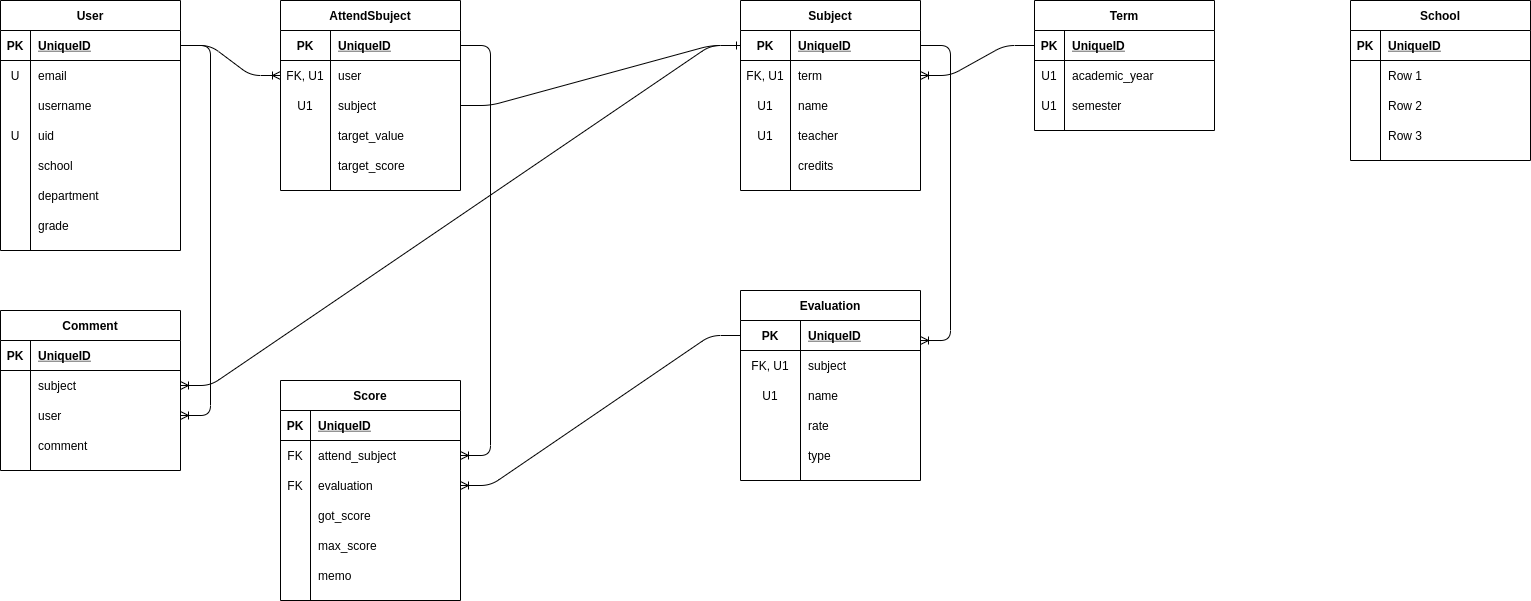
Above: references/er.png in kathmandu777/Barifac (draw.io), before the change. Source tidied: cells renumbered, new cells last; positions are measured from the earlier drawing's top-left corner, leaving out a move shared by most shapes.
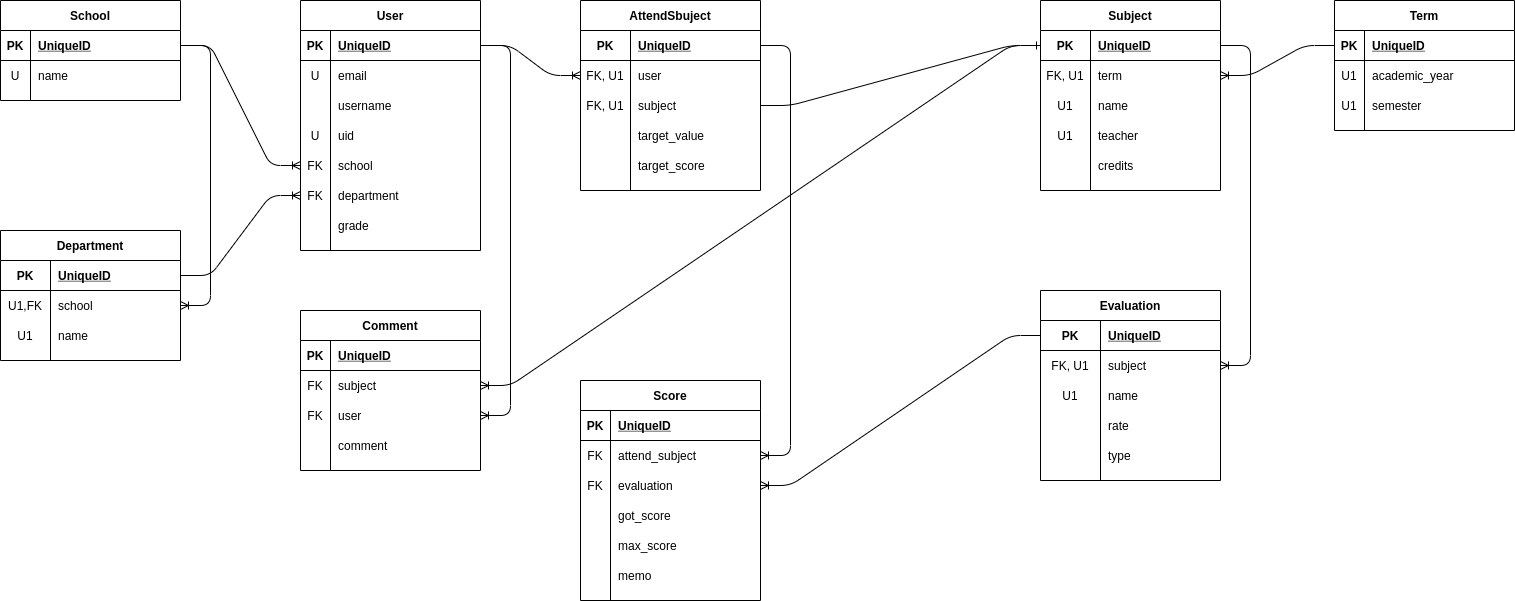
The same file after the commit.

What changed in the source:
```diff
@@ -125,7 +125,7 @@
     <mxCell id="42" style="shape=partialRectangle;fillColor=none;top=0;left=0;bottom=0;right=0;points=[[0,0.5],[1,0.5]];portConstraint=eastwest;" parent="29" vertex="1">
       <mxGeometry y="150" width="180" height="30" as="geometry" />
     </mxCell>
-    <mxCell id="43" style="shape=partialRectangle;fillColor=none;top=0;left=0;bottom=0;right=0;overflow=hidden;" parent="42" vertex="1">
+    <mxCell id="43" value="FK" style="shape=partialRectangle;fillColor=none;top=0;left=0;bottom=0;right=0;overflow=hidden;" parent="42" vertex="1">
       <mxGeometry width="30" height="30" as="geometry" />
     </mxCell>
     <mxCell id="44" value="school" style="shape=partialRectangle;fillColor=none;top=0;left=0;bottom=0;right=0;align=left;spacingLeft=6;overflow=hidden;" parent="42" vertex="1">
@@ -134,7 +134,7 @@
     <mxCell id="45" style="shape=partialRectangle;fillColor=none;top=0;left=0;bottom=0;right=0;points=[[0,0.5],[1,0.5]];portConstraint=eastwest;" parent="29" vertex="1">
       <mxGeometry y="180" width="180" height="30" as="geometry" />
     </mxCell>
-    <mxCell id="46" style="shape=partialRectangle;fillColor=none;top=0;left=0;bottom=0;right=0;overflow=hidden;" parent="45" vertex="1">
+    <mxCell id="46" value="FK" style="shape=partialRectangle;fillColor=none;top=0;left=0;bottom=0;right=0;overflow=hidden;" parent="45" vertex="1">
       <mxGeometry width="30" height="30" as="geometry" />
     </mxCell>
     <mxCell id="47" value="department" style="shape=partialRectangle;fillColor=none;top=0;left=0;bottom=0;right=0;align=left;spacingLeft=6;overflow=hidden;" parent="45" vertex="1">
@@ -149,45 +149,6 @@
     <mxCell id="50" value="grade" style="shape=partialRectangle;fillColor=none;top=0;left=0;bottom=0;right=0;align=left;spacingLeft=6;overflow=hidden;" parent="48" vertex="1">
       <mxGeometry x="30" width="150" height="30" as="geometry" />
     </mxCell>
-    <mxCell id="51" value="School" style="shape=table;startSize=30;rowLines=0;fontStyle=1;align=center;" parent="1" vertex="1">
-      <mxGeometry x="1350" width="180" height="160" as="geometry" />
-    </mxCell>
-    <mxCell id="52" style="shape=partialRectangle;fillColor=none;top=0;left=0;bottom=1;right=0;" parent="51" vertex="1">
-      <mxGeometry y="30" width="180" height="30" as="geometry" />
-    </mxCell>
-    <mxCell id="53" value="PK" style="shape=partialRectangle;fillColor=none;top=0;left=0;bottom=0;right=0;fontStyle=1;overflow=hidden;" parent="52" vertex="1">
-      <mxGeometry width="30" height="30" as="geometry" />
-    </mxCell>
-    <mxCell id="54" value="UniqueID" style="shape=partialRectangle;fillColor=none;top=0;left=0;bottom=0;right=0;align=left;spacingLeft=6;fontStyle=5;overflow=hidden;" parent="52" vertex="1">
-      <mxGeometry x="30" width="150" height="30" as="geometry" />
-    </mxCell>
-    <mxCell id="55" style="shape=partialRectangle;fillColor=none;top=0;left=0;bottom=0;right=0;" parent="51" vertex="1">
-      <mxGeometry y="60" width="180" height="30" as="geometry" />
-    </mxCell>
-    <mxCell id="56" style="shape=partialRectangle;fillColor=none;top=0;left=0;bottom=0;right=0;overflow=hidden;" parent="55" vertex="1">
-      <mxGeometry width="30" height="30" as="geometry" />
-    </mxCell>
-    <mxCell id="57" value="Row 1" style="shape=partialRectangle;fillColor=none;top=0;left=0;bottom=0;right=0;align=left;spacingLeft=6;overflow=hidden;" parent="55" vertex="1">
-      <mxGeometry x="30" width="150" height="30" as="geometry" />
-    </mxCell>
-    <mxCell id="58" style="shape=partialRectangle;fillColor=none;top=0;left=0;bottom=0;right=0;" parent="51" vertex="1">
-      <mxGeometry y="90" width="180" height="30" as="geometry" />
-    </mxCell>
-    <mxCell id="59" style="shape=partialRectangle;fillColor=none;top=0;left=0;bottom=0;right=0;overflow=hidden;" parent="58" vertex="1">
-      <mxGeometry width="30" height="30" as="geometry" />
-    </mxCell>
-    <mxCell id="60" value="Row 2" style="shape=partialRectangle;fillColor=none;top=0;left=0;bottom=0;right=0;align=left;spacingLeft=6;overflow=hidden;" parent="58" vertex="1">
-      <mxGeometry x="30" width="150" height="30" as="geometry" />
-    </mxCell>
-    <mxCell id="61" style="shape=partialRectangle;fillColor=none;top=0;left=0;bottom=0;right=0;" parent="51" vertex="1">
-      <mxGeometry y="120" width="180" height="30" as="geometry" />
-    </mxCell>
-    <mxCell id="62" style="shape=partialRectangle;fillColor=none;top=0;left=0;bottom=0;right=0;overflow=hidden;" parent="61" vertex="1">
-      <mxGeometry width="30" height="30" as="geometry" />
-    </mxCell>
-    <mxCell id="63" value="Row 3" style="shape=partialRectangle;fillColor=none;top=0;left=0;bottom=0;right=0;align=left;spacingLeft=6;overflow=hidden;" parent="61" vertex="1">
-      <mxGeometry x="30" width="150" height="30" as="geometry" />
-    </mxCell>
     <mxCell id="64" style="edgeStyle=entityRelationEdgeStyle;fontSize=12;html=1;endArrow=ERoneToMany;exitX=1;exitY=0.5;exitDx=0;exitDy=0;entryX=0;entryY=0.5;entryDx=0;entryDy=0;" parent="1" edge="1" source="30" target="69">
       <mxGeometry relative="1" as="geometry" />
     </mxCell>
@@ -215,7 +176,7 @@
     <mxCell id="72" style="shape=partialRectangle;fillColor=none;top=0;left=0;bottom=0;right=0;points=[[0,0.5],[1,0.5]];portConstraint=eastwest;" parent="65" vertex="1">
       <mxGeometry y="90" width="180" height="30" as="geometry" />
     </mxCell>
-    <mxCell id="73" value="U1" style="shape=partialRectangle;fillColor=none;top=0;left=0;bottom=0;right=0;overflow=hidden;" parent="72" vertex="1">
+    <mxCell id="73" value="FK, U1" style="shape=partialRectangle;fillColor=none;top=0;left=0;bottom=0;right=0;overflow=hidden;" parent="72" vertex="1">
       <mxGeometry width="50" height="30" as="geometry" />
     </mxCell>
     <mxCell id="74" value="subject" style="shape=partialRectangle;fillColor=none;top=0;left=0;bottom=0;right=0;align=left;spacingLeft=6;overflow=hidden;" parent="72" vertex="1">
@@ -362,7 +323,7 @@
     <mxCell id="121" style="shape=partialRectangle;fillColor=none;top=0;left=0;bottom=0;right=0;points=[[0,0.5],[1,0.5]];portConstraint=eastwest;" parent="117" vertex="1">
       <mxGeometry y="60" width="180" height="30" as="geometry" />
     </mxCell>
-    <mxCell id="122" style="shape=partialRectangle;fillColor=none;top=0;left=0;bottom=0;right=0;overflow=hidden;" parent="121" vertex="1">
+    <mxCell id="122" value="FK" style="shape=partialRectangle;fillColor=none;top=0;left=0;bottom=0;right=0;overflow=hidden;" parent="121" vertex="1">
       <mxGeometry width="30" height="30" as="geometry" />
     </mxCell>
     <mxCell id="123" value="subject" style="shape=partialRectangle;fillColor=none;top=0;left=0;bottom=0;right=0;align=left;spacingLeft=6;overflow=hidden;" parent="121" vertex="1">
@@ -371,7 +332,7 @@
     <mxCell id="124" style="shape=partialRectangle;fillColor=none;top=0;left=0;bottom=0;right=0;points=[[0,0.5],[1,0.5]];portConstraint=eastwest;" parent="117" vertex="1">
       <mxGeometry y="90" width="180" height="30" as="geometry" />
     </mxCell>
-    <mxCell id="125" style="shape=partialRectangle;fillColor=none;top=0;left=0;bottom=0;right=0;overflow=hidden;" parent="124" vertex="1">
+    <mxCell id="125" value="FK" style="shape=partialRectangle;fillColor=none;top=0;left=0;bottom=0;right=0;overflow=hidden;" parent="124" vertex="1">
       <mxGeometry width="30" height="30" as="geometry" />
     </mxCell>
     <mxCell id="126" value="user" style="shape=partialRectangle;fillColor=none;top=0;left=0;bottom=0;right=0;align=left;spacingLeft=6;overflow=hidden;" parent="124" vertex="1">
@@ -389,7 +350,7 @@
     <mxCell id="130" style="edgeStyle=entityRelationEdgeStyle;fontSize=12;html=1;endArrow=ERoneToMany;exitX=1;exitY=0.5;exitDx=0;exitDy=0;entryX=1;entryY=0.5;entryDx=0;entryDy=0;" parent="1" edge="1" source="30" target="124">
       <mxGeometry relative="1" as="geometry" />
     </mxCell>
-    <mxCell id="131" style="edgeStyle=entityRelationEdgeStyle;fontSize=12;html=1;endArrow=ERoneToMany;exitX=1;exitY=0.5;exitDx=0;exitDy=0;entryX=1;entryY=0.667;entryDx=0;entryDy=0;entryPerimeter=0;" parent="1" edge="1" source="3" target="83">
+    <mxCell id="131" style="edgeStyle=entityRelationEdgeStyle;fontSize=12;html=1;endArrow=ERoneToMany;exitX=1;exitY=0.5;exitDx=0;exitDy=0;entryX=1;entryY=0.5;entryDx=0;entryDy=0;" parent="1" edge="1" source="3" target="86">
       <mxGeometry relative="1" as="geometry" />
     </mxCell>
     <mxCell id="132" style="edgeStyle=entityRelationEdgeStyle;fontSize=12;html=1;endArrow=ERoneToMany;exitX=0;exitY=0.5;exitDx=0;exitDy=0;entryX=1;entryY=0.5;entryDx=0;entryDy=0;" parent="1" edge="1" source="3" target="121">
@@ -401,5 +362,65 @@
     <mxCell id="134" style="edgeStyle=entityRelationEdgeStyle;fontSize=12;html=1;endArrow=ERoneToMany;exitX=1;exitY=0.5;exitDx=0;exitDy=0;entryX=1;entryY=0.5;entryDx=0;entryDy=0;" parent="1" edge="1" source="66" target="102">
       <mxGeometry relative="1" as="geometry" />
     </mxCell>
+    <mxCell id="51" value="School" style="shape=table;startSize=30;rowLines=0;fontStyle=1;align=center;" parent="1" vertex="1">
+      <mxGeometry x="-300" width="180" height="100" as="geometry" />
+    </mxCell>
+    <mxCell id="135" style="shape=partialRectangle;fillColor=none;top=0;left=0;bottom=1;right=0;points=[[0,0.5],[1,0.5]];portConstraint=eastwest;" parent="51" vertex="1">
+      <mxGeometry y="30" width="180" height="30" as="geometry" />
+    </mxCell>
+    <mxCell id="53" value="PK" style="shape=partialRectangle;fillColor=none;top=0;left=0;bottom=0;right=0;fontStyle=1;overflow=hidden;" parent="135" vertex="1">
+      <mxGeometry width="30" height="30" as="geometry" />
+    </mxCell>
+    <mxCell id="54" value="UniqueID" style="shape=partialRectangle;fillColor=none;top=0;left=0;bottom=0;right=0;align=left;spacingLeft=6;fontStyle=5;overflow=hidden;" parent="135" vertex="1">
+      <mxGeometry x="30" width="150" height="30" as="geometry" />
+    </mxCell>
+    <mxCell id="136" style="shape=partialRectangle;fillColor=none;top=0;left=0;bottom=0;right=0;" parent="51" vertex="1">
+      <mxGeometry y="60" width="180" height="30" as="geometry" />
+    </mxCell>
+    <mxCell id="137" value="U" style="shape=partialRectangle;fillColor=none;top=0;left=0;bottom=0;right=0;overflow=hidden;" parent="136" vertex="1">
+      <mxGeometry width="30" height="30" as="geometry" />
+    </mxCell>
+    <mxCell id="138" value="name" style="shape=partialRectangle;fillColor=none;top=0;left=0;bottom=0;right=0;align=left;spacingLeft=6;overflow=hidden;" parent="136" vertex="1">
+      <mxGeometry x="30" width="150" height="30" as="geometry" />
+    </mxCell>
+    <mxCell id="139" value="Department" style="shape=table;startSize=30;rowLines=0;fontStyle=1;align=center;" parent="1" vertex="1">
+      <mxGeometry x="-300" y="230" width="180" height="130" as="geometry" />
+    </mxCell>
+    <mxCell id="140" style="shape=partialRectangle;fillColor=none;top=0;left=0;bottom=1;right=0;points=[[0,0.5],[1,0.5]];portConstraint=eastwest;" parent="139" vertex="1">
+      <mxGeometry y="30" width="180" height="30" as="geometry" />
+    </mxCell>
+    <mxCell id="141" value="PK" style="shape=partialRectangle;fillColor=none;top=0;left=0;bottom=0;right=0;fontStyle=1;overflow=hidden;" parent="140" vertex="1">
+      <mxGeometry width="50" height="30" as="geometry" />
+    </mxCell>
+    <mxCell id="142" value="UniqueID" style="shape=partialRectangle;fillColor=none;top=0;left=0;bottom=0;right=0;align=left;spacingLeft=6;fontStyle=5;overflow=hidden;" parent="140" vertex="1">
+      <mxGeometry x="50" width="130" height="30" as="geometry" />
+    </mxCell>
+    <mxCell id="143" style="shape=partialRectangle;fillColor=none;top=0;left=0;bottom=0;right=0;points=[[0,0.5],[1,0.5]];portConstraint=eastwest;" parent="139" vertex="1">
+      <mxGeometry y="60" width="180" height="30" as="geometry" />
+    </mxCell>
+    <mxCell id="144" value="U1,FK" style="shape=partialRectangle;fillColor=none;top=0;left=0;bottom=0;right=0;overflow=hidden;" parent="143" vertex="1">
+      <mxGeometry width="50" height="30" as="geometry" />
+    </mxCell>
+    <mxCell id="145" value="school" style="shape=partialRectangle;fillColor=none;top=0;left=0;bottom=0;right=0;align=left;spacingLeft=6;overflow=hidden;" parent="143" vertex="1">
+      <mxGeometry x="50" width="130" height="30" as="geometry" />
+    </mxCell>
+    <mxCell id="58" style="shape=partialRectangle;fillColor=none;top=0;left=0;bottom=0;right=0;" parent="139" vertex="1">
+      <mxGeometry y="90" width="180" height="30" as="geometry" />
+    </mxCell>
+    <mxCell id="146" value="U1" style="shape=partialRectangle;fillColor=none;top=0;left=0;bottom=0;right=0;overflow=hidden;" parent="58" vertex="1">
+      <mxGeometry width="50" height="30" as="geometry" />
+    </mxCell>
+    <mxCell id="147" value="name" style="shape=partialRectangle;fillColor=none;top=0;left=0;bottom=0;right=0;align=left;spacingLeft=6;overflow=hidden;" parent="58" vertex="1">
+      <mxGeometry x="50" width="130" height="30" as="geometry" />
+    </mxCell>
+    <mxCell id="148" style="edgeStyle=entityRelationEdgeStyle;fontSize=12;html=1;endArrow=ERoneToMany;entryX=1;entryY=0.5;entryDx=0;entryDy=0;exitX=1;exitY=0.5;exitDx=0;exitDy=0;" parent="1" edge="1" source="135" target="143">
+      <mxGeometry relative="1" as="geometry" />
+    </mxCell>
+    <mxCell id="149" style="edgeStyle=entityRelationEdgeStyle;fontSize=12;html=1;endArrow=ERoneToMany;exitX=1;exitY=0.5;exitDx=0;exitDy=0;entryX=0;entryY=0.5;entryDx=0;entryDy=0;" parent="1" edge="1" source="135" target="42">
+      <mxGeometry relative="1" as="geometry" />
+    </mxCell>
+    <mxCell id="150" style="edgeStyle=entityRelationEdgeStyle;fontSize=12;html=1;endArrow=ERoneToMany;exitX=1;exitY=0.5;exitDx=0;exitDy=0;entryX=0;entryY=0.5;entryDx=0;entryDy=0;" parent="1" edge="1" source="140" target="45">
+      <mxGeometry relative="1" as="geometry" />
+    </mxCell>
   </root>
 </mxGraphModel>
```
